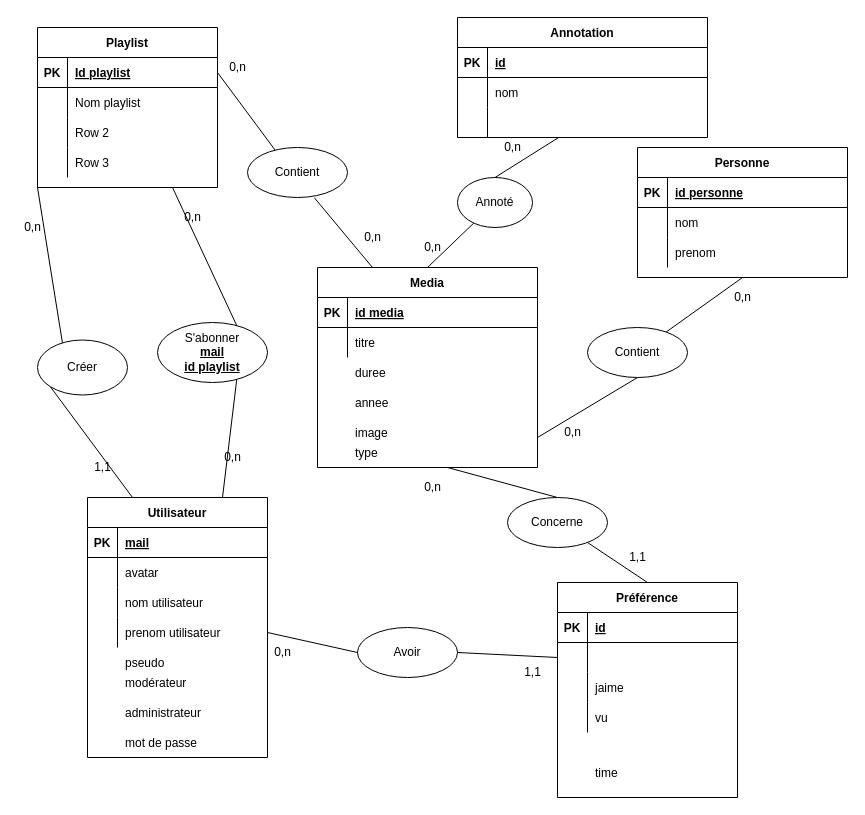
Before: public/MCD.drawio in johanneclc/CDAW_2022, a draw.io diagram. Source tidied: cells renumbered, new cells numbered last; positions are measured from the earlier drawing's top-left corner, leaving out a move shared by most shapes. Both pictures are drawn from the tidied source at 100%, with x=0, y=0 at pixel (17, 17).
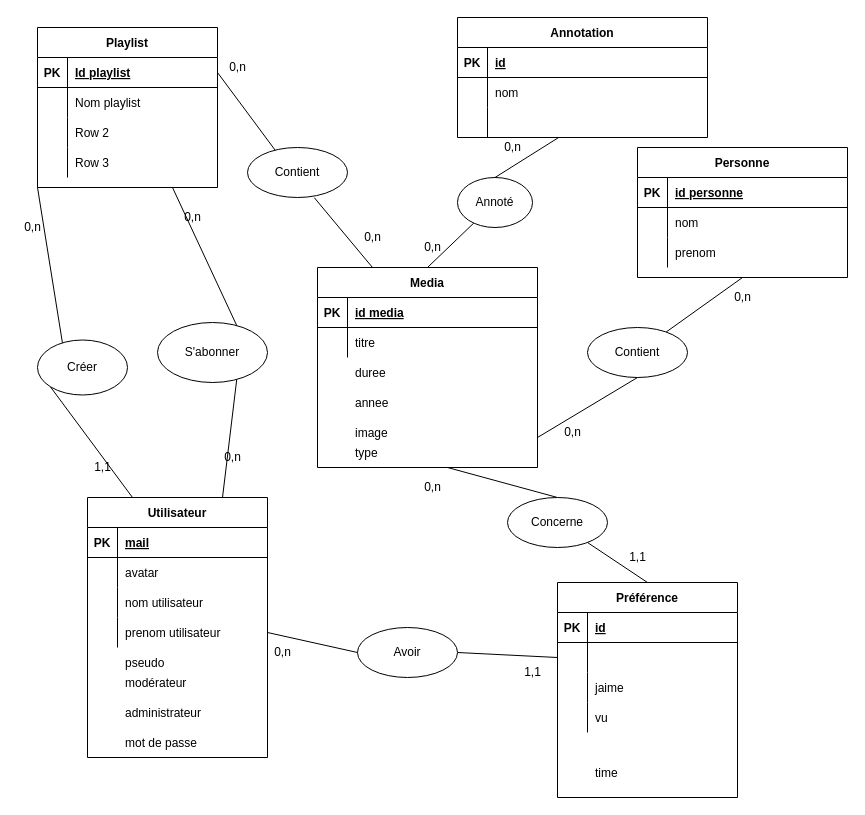
After the change.

Change to the diagram source:
```diff
@@
-    <mxCell id="105" value="S'abonner&lt;br&gt;&lt;u&gt;&lt;b&gt;mail&lt;br&gt;id playlist&lt;/b&gt;&lt;/u&gt;" style="ellipse;whiteSpace=wrap;html=1;" parent="1" vertex="1">
+    <mxCell id="105" value="S'abonner" style="ellipse;whiteSpace=wrap;html=1;" parent="1" vertex="1">
       <mxGeometry x="140" y="305" width="110" height="60" as="geometry" />
     </mxCell>
```
